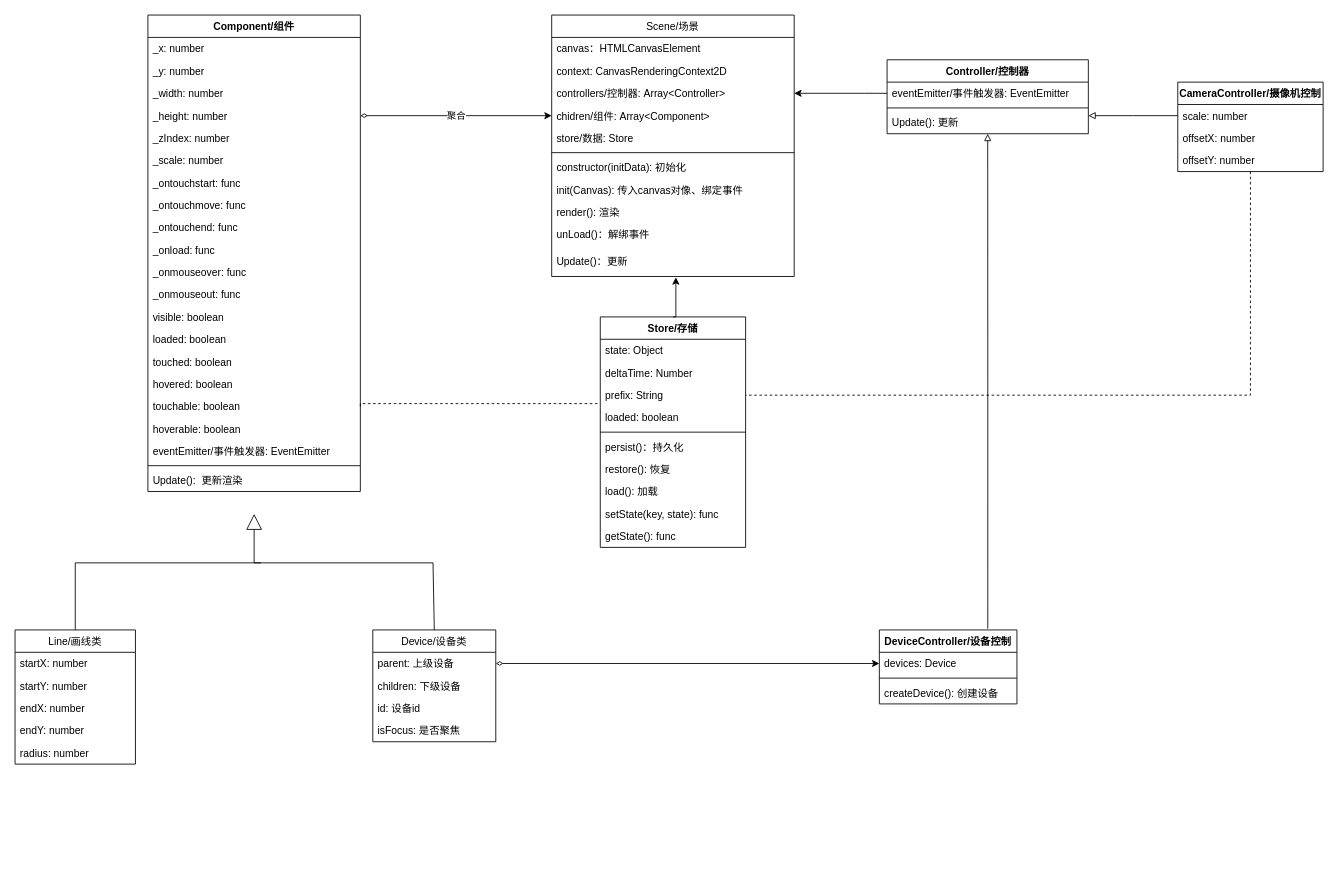
This is Untitled Diagram.drawio from hiotk/umldiagrams, a draw.io file, before an edit. Source tidied: cells renumbered, new cells numbered last; positions are measured from the earlier drawing's top-left corner, leaving out a move shared by most shapes. Both pictures are drawn from the tidied source at 86%, with x=0, y=0 at pixel (15, 15).
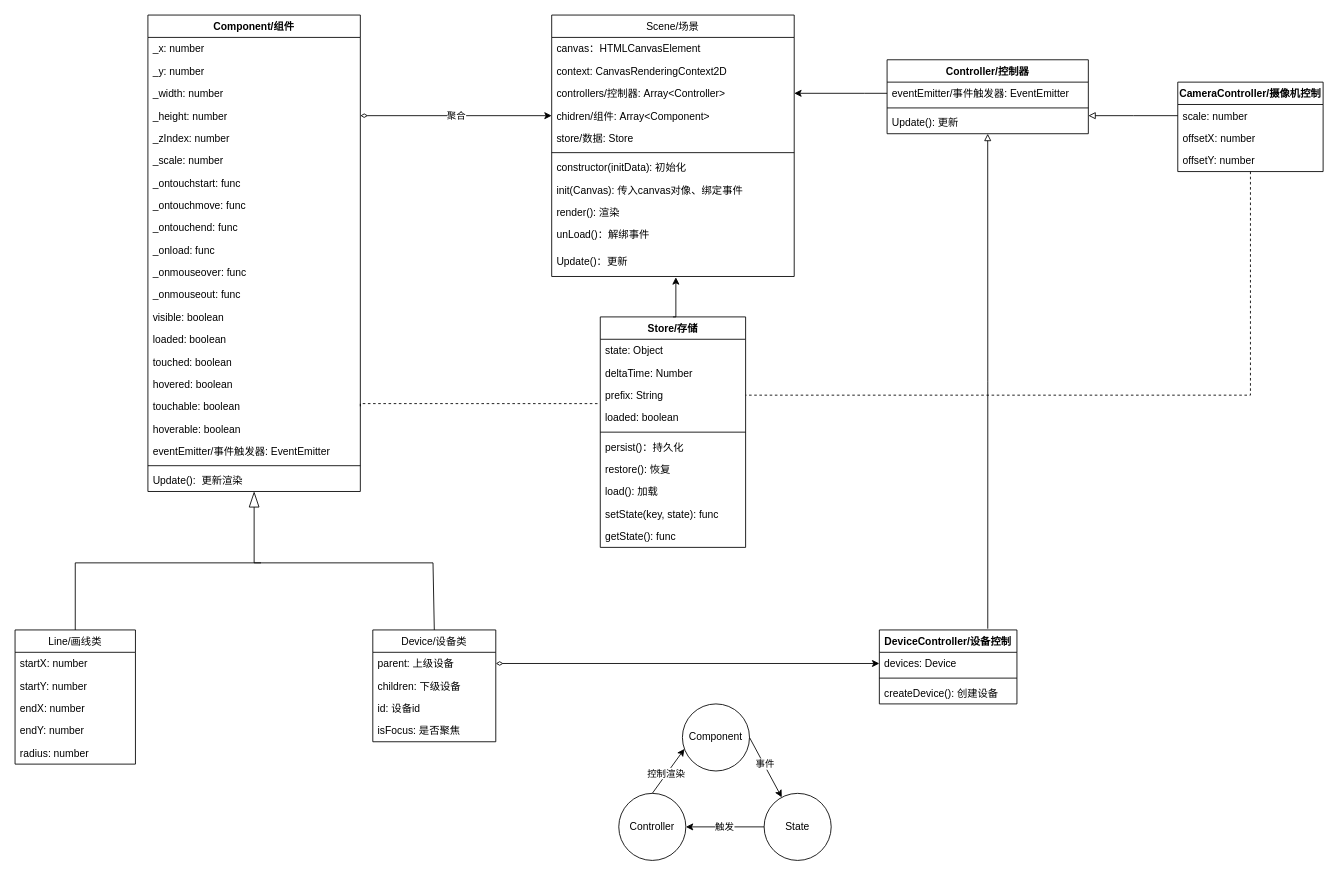
Above is the later version.

The change refers to these unchanged cells:
```xml
<mxCell id="14" value="Component/组件" style="swimlane;fontStyle=1;align=center;verticalAlign=top;horizontal=1;startSize=26;fillColor=none;" parent="1" vertex="1">
  <mxGeometry x="154.5" width="247" height="554" as="geometry" />
</mxCell>
<mxCell id="42" value="Device/设备类" style="swimlane;fontStyle=0;horizontal=1;startSize=26;fillColor=none;" parent="1" vertex="1">
  <mxGeometry x="416" y="715" width="143" height="130" as="geometry" />
</mxCell>
```

What changed in the source:
```diff
@@
-    <mxCell id="47" style="endArrow=block;endSize=16;endFill=0;html=1;exitX=0.5;exitY=0;exitDx=0;exitDy=0;rounded=0;" parent="1" edge="1" source="42">
+    <mxCell id="47" style="endArrow=blockThin;endSize=16;endFill=0;html=1;exitX=0.5;exitY=0;exitDx=0;exitDy=0;rounded=0;entryX=0.5;entryY=1;entryDx=0;entryDy=0;" parent="1" edge="1" source="42" target="14">
       <mxGeometry x="-0.43" y="-29" relative="1" as="geometry">
-        <mxPoint x="278" y="580" as="targetPoint" />
         <Array as="points">
           <mxPoint x="486" y="637" />
           <mxPoint x="278" y="637" />
         </Array>
       </mxGeometry>
     </mxCell>
@@
+    <mxCell id="80" value="Controller" style="ellipse;whiteSpace=wrap;html=1;fillColor=none;" parent="1" vertex="1">
+      <mxGeometry x="702" y="905" width="78" height="78" as="geometry" />
+    </mxCell>
+    <mxCell id="81" value="Component" style="ellipse;whiteSpace=wrap;html=1;fillColor=none;" parent="1" vertex="1">
+      <mxGeometry x="776" y="801" width="78" height="78" as="geometry" />
+    </mxCell>
+    <mxCell id="82" value="State" style="ellipse;whiteSpace=wrap;html=1;fillColor=none;" parent="1" vertex="1">
+      <mxGeometry x="871" y="905" width="78" height="78" as="geometry" />
+    </mxCell>
+    <mxCell id="83" value="触发" style="endArrow=classic;html=1;entryX=1;entryY=0.5;entryDx=0;entryDy=0;exitX=0;exitY=0.5;exitDx=0;exitDy=0;" parent="1" edge="1" source="82" target="80">
+      <mxGeometry relative="1" as="geometry" />
+    </mxCell>
+    <mxCell id="84" style="endArrow=classic;html=1;entryX=0.03;entryY=0.671;entryDx=0;entryDy=0;entryPerimeter=0;exitX=0.5;exitY=0;exitDx=0;exitDy=0;" parent="1" edge="1" source="80" target="81">
+      <mxGeometry relative="1" as="geometry" />
+    </mxCell>
+    <mxCell id="85" value="控制渲染" style="edgeLabel;html=1;align=center;verticalAlign=middle;" parent="84" vertex="1">
+      <mxGeometry x="-0.12" y="1" relative="1" as="geometry" />
+    </mxCell>
+    <mxCell id="86" style="endArrow=classic;html=1;exitX=1;exitY=0.5;exitDx=0;exitDy=0;" parent="1" edge="1" source="81" target="82">
+      <mxGeometry relative="1" as="geometry" />
+    </mxCell>
+    <mxCell id="87" value="事件" style="edgeLabel;html=1;align=center;verticalAlign=middle;" parent="86" vertex="1">
+      <mxGeometry x="-0.11" y="1" relative="1" as="geometry" />
+    </mxCell>
```
